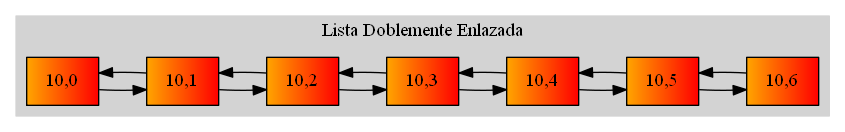
Above: graficaLD.png in Tiago-130414/EDD_1S2019_P1_201313722 (Graphviz), before the change. Its source is kept beside it as graficaLD.dot.
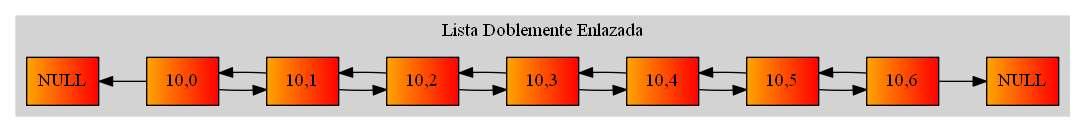
The same diagram one commit later.

The edit, as a diff of the source:
```diff
@@ -1,6 +1,10 @@
 digraph{
 rankdir=LR;
-subgraph cluster_0{style=filled;color = lightgrey;node[shape=rectangle]
+subgraph cluster_0{
+style=filled;
+color = lightgrey;
+node[shape=rectangle];
+NodoPN[label="NULL"style = filled, fillcolor = "orange:red"];
 Nodo10C0[label="10,0"style = filled, fillcolor = "orange:red"];
 Nodo10C1[label="10,1"style = filled, fillcolor = "orange:red"];
 Nodo10C2[label="10,2"style = filled, fillcolor = "orange:red"];
@@ -8,18 +12,21 @@
 Nodo10C4[label="10,4"style = filled, fillcolor = "orange:red"];
 Nodo10C5[label="10,5"style = filled, fillcolor = "orange:red"];
 Nodo10C6[label="10,6"style = filled, fillcolor = "orange:red"];
-Nodo10C0->Nodo10C1
-Nodo10C1->Nodo10C0
-Nodo10C1->Nodo10C2
-Nodo10C2->Nodo10C1
-Nodo10C2->Nodo10C3
-Nodo10C3->Nodo10C2
-Nodo10C3->Nodo10C4
-Nodo10C4->Nodo10C3
-Nodo10C4->Nodo10C5
-Nodo10C5->Nodo10C4
-Nodo10C5->Nodo10C6
-Nodo10C6->Nodo10C5
+NodoUN[label="NULL"style = filled, fillcolor = "orange:red"];
+NodoPN->Nodo10C0[dir=back];
+Nodo10C0->Nodo10C1;
+Nodo10C1->Nodo10C0;
+Nodo10C1->Nodo10C2;
+Nodo10C2->Nodo10C1;
+Nodo10C2->Nodo10C3;
+Nodo10C3->Nodo10C2;
+Nodo10C3->Nodo10C4;
+Nodo10C4->Nodo10C3;
+Nodo10C4->Nodo10C5;
+Nodo10C5->Nodo10C4;
+Nodo10C5->Nodo10C6;
+Nodo10C6->Nodo10C5;
+Nodo10C6->NodoUN;
 label = "Lista Doblemente Enlazada";
 }
 }
```
